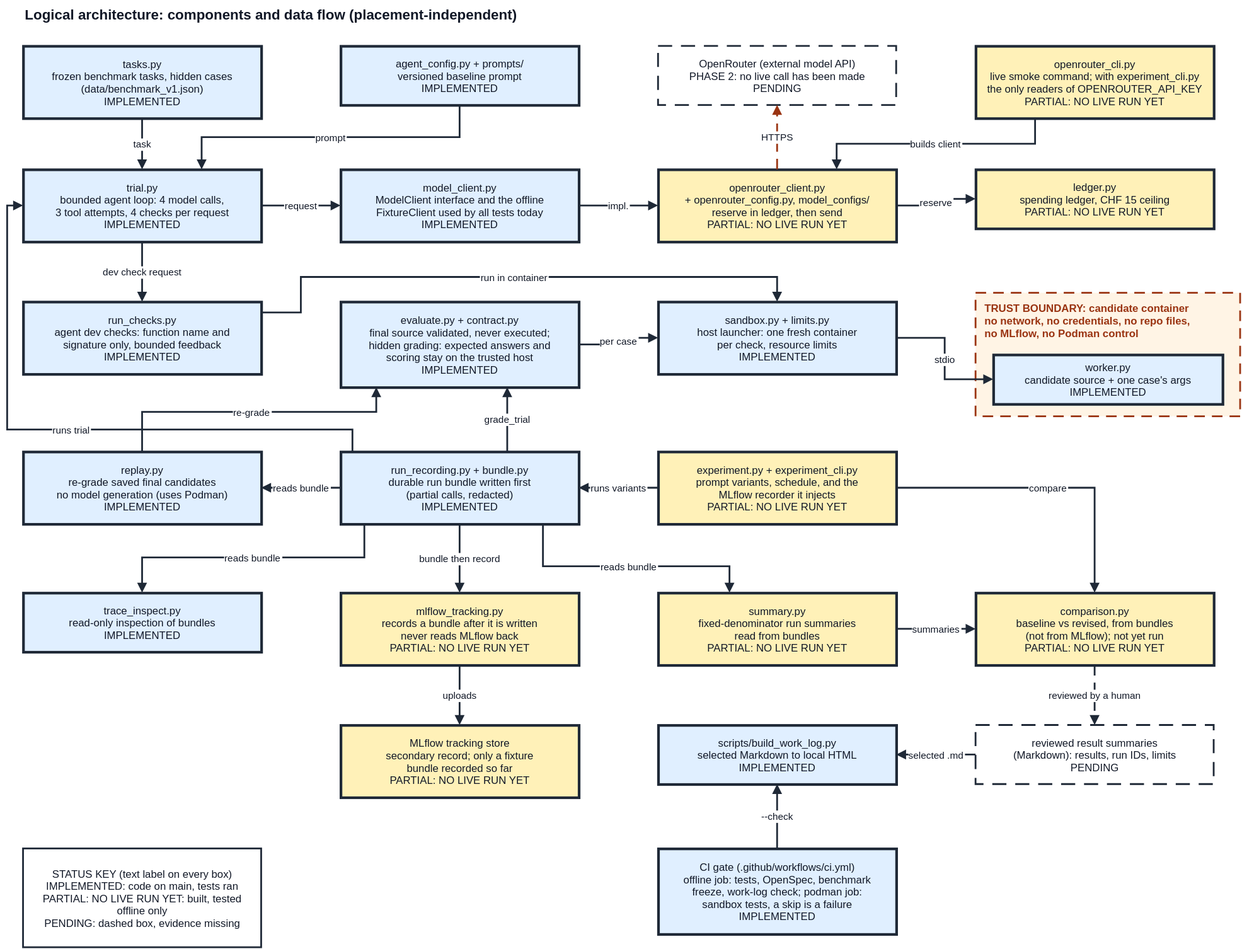
Earlier version of the draw.io export docs/architecture_logical.drawio.svg (jolbax-training/cas_aml_mlops_project). Source tidied: cells renumbered, new cells last; positions are measured from the earlier drawing's top-left corner, leaving out a move shared by most shapes.
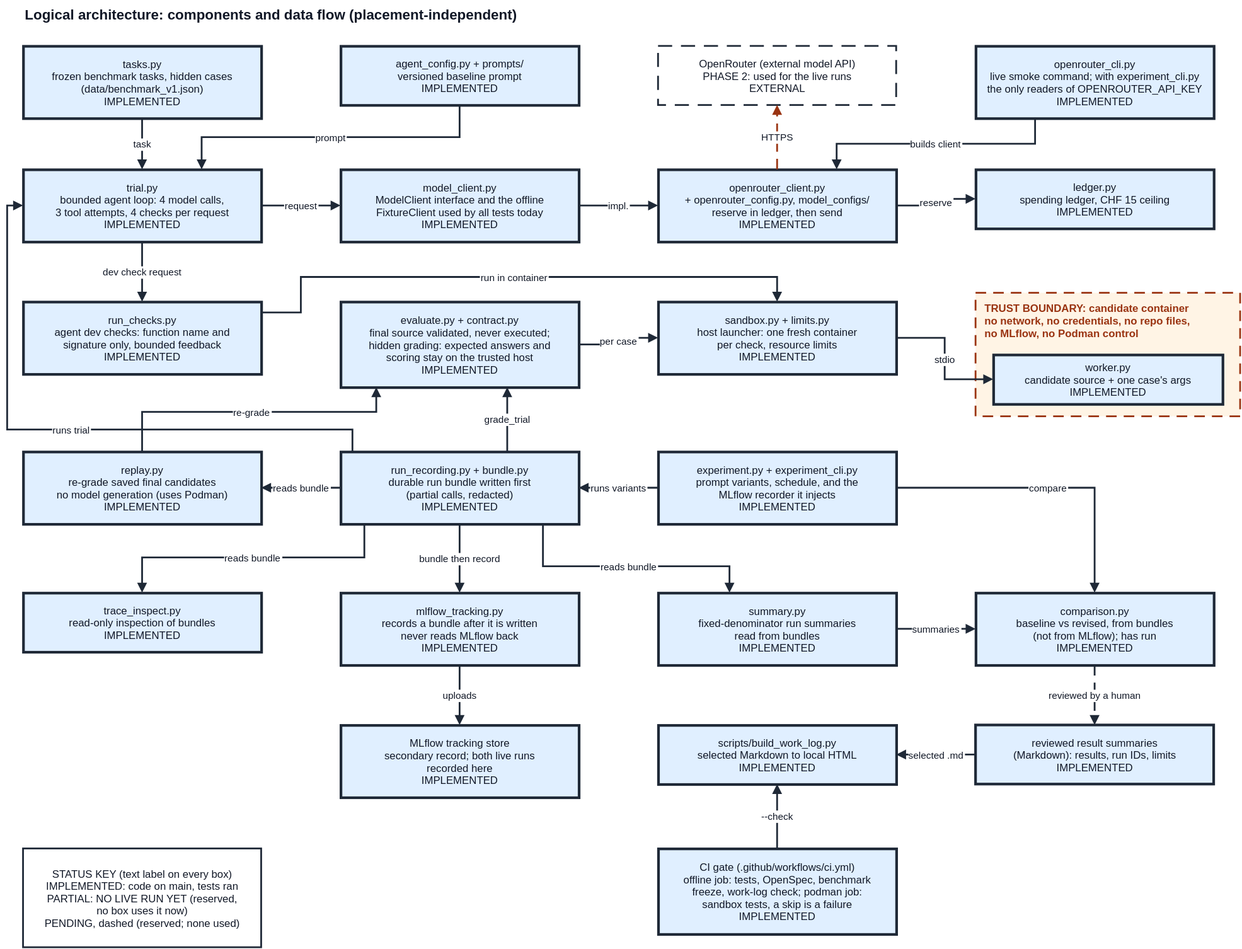
Later version of the same file.

The edit, as a diff of the source:
```diff
@@ -11,10 +11,10 @@
     <mxCell id="4" value="agent_config.py + prompts/&#10;versioned baseline prompt&#10;IMPLEMENTED" style="rounded=0;html=0;fillColor=#E0EFFF;strokeColor=#1F2937;strokeWidth=3;fontSize=12;fontColor=#111827;fontFamily=Helvetica;" parent="1" vertex="1">
       <mxGeometry x="378" y="52" width="270" height="67" as="geometry" />
     </mxCell>
-    <mxCell id="5" value="OpenRouter (external model API)&#10;PHASE 2: no live call has been made&#10;PENDING" style="rounded=0;html=0;fillColor=#FFFFFF;strokeColor=#1F2937;strokeWidth=2;dashed=1;dashPattern=8 5;fontSize=12;fontColor=#111827;fontFamily=Helvetica;" parent="1" vertex="1">
+    <mxCell id="5" value="OpenRouter (external model API)&#10;PHASE 2: used for the live runs&#10;EXTERNAL" style="rounded=0;html=0;fillColor=#FFFFFF;strokeColor=#1F2937;strokeWidth=2;dashed=1;dashPattern=8 5;fontSize=12;fontColor=#111827;fontFamily=Helvetica;" parent="1" vertex="1">
       <mxGeometry x="738" y="52" width="270" height="67" as="geometry" />
     </mxCell>
-    <mxCell id="6" value="openrouter_cli.py&#10;live smoke command; with experiment_cli.py&#10;the only readers of OPENROUTER_API_KEY&#10;PARTIAL: NO LIVE RUN YET" style="rounded=0;html=0;fillColor=#FFF1B8;strokeColor=#1F2937;strokeWidth=3;fontSize=12;fontColor=#111827;fontFamily=Helvetica;" parent="1" vertex="1">
+    <mxCell id="6" value="openrouter_cli.py&#10;live smoke command; with experiment_cli.py&#10;the only readers of OPENROUTER_API_KEY&#10;IMPLEMENTED" style="rounded=0;html=0;fillColor=#E0EFFF;strokeColor=#1F2937;strokeWidth=3;fontSize=12;fontColor=#111827;fontFamily=Helvetica;" parent="1" vertex="1">
       <mxGeometry x="1098" y="52" width="270" height="82" as="geometry" />
     </mxCell>
     <mxCell id="7" value="trial.py&#10;bounded agent loop: 4 model calls,&#10;3 tool attempts, 4 checks per request&#10;IMPLEMENTED" style="rounded=0;html=0;fillColor=#E0EFFF;strokeColor=#1F2937;strokeWidth=3;fontSize=12;fontColor=#111827;fontFamily=Helvetica;" parent="1" vertex="1">
@@ -23,10 +23,10 @@
     <mxCell id="8" value="model_client.py&#10;ModelClient interface and the offline&#10;FixtureClient used by all tests today&#10;IMPLEMENTED" style="rounded=0;html=0;fillColor=#E0EFFF;strokeColor=#1F2937;strokeWidth=3;fontSize=12;fontColor=#111827;fontFamily=Helvetica;" parent="1" vertex="1">
       <mxGeometry x="378" y="192" width="270" height="82" as="geometry" />
     </mxCell>
-    <mxCell id="9" value="openrouter_client.py&#10;+ openrouter_config.py, model_configs/&#10;reserve in ledger, then send&#10;PARTIAL: NO LIVE RUN YET" style="rounded=0;html=0;fillColor=#FFF1B8;strokeColor=#1F2937;strokeWidth=3;fontSize=12;fontColor=#111827;fontFamily=Helvetica;" parent="1" vertex="1">
+    <mxCell id="9" value="openrouter_client.py&#10;+ openrouter_config.py, model_configs/&#10;reserve in ledger, then send&#10;IMPLEMENTED" style="rounded=0;html=0;fillColor=#E0EFFF;strokeColor=#1F2937;strokeWidth=3;fontSize=12;fontColor=#111827;fontFamily=Helvetica;" parent="1" vertex="1">
       <mxGeometry x="738" y="192" width="270" height="82" as="geometry" />
     </mxCell>
-    <mxCell id="10" value="ledger.py&#10;spending ledger, CHF 15 ceiling&#10;PARTIAL: NO LIVE RUN YET" style="rounded=0;html=0;fillColor=#FFF1B8;strokeColor=#1F2937;strokeWidth=3;fontSize=12;fontColor=#111827;fontFamily=Helvetica;" parent="1" vertex="1">
+    <mxCell id="10" value="ledger.py&#10;spending ledger, CHF 15 ceiling&#10;IMPLEMENTED" style="rounded=0;html=0;fillColor=#E0EFFF;strokeColor=#1F2937;strokeWidth=3;fontSize=12;fontColor=#111827;fontFamily=Helvetica;" parent="1" vertex="1">
       <mxGeometry x="1098" y="192" width="270" height="67" as="geometry" />
     </mxCell>
     <mxCell id="11" value="run_checks.py&#10;agent dev checks: function name and&#10;signature only, bounded feedback&#10;IMPLEMENTED" style="rounded=0;html=0;fillColor=#E0EFFF;strokeColor=#1F2937;strokeWidth=3;fontSize=12;fontColor=#111827;fontFamily=Helvetica;" parent="1" vertex="1">
@@ -50,31 +50,31 @@
     <mxCell id="17" value="run_recording.py + bundle.py&#10;durable run bundle written first&#10;(partial calls, redacted)&#10;IMPLEMENTED" style="rounded=0;html=0;fillColor=#E0EFFF;strokeColor=#1F2937;strokeWidth=3;fontSize=12;fontColor=#111827;fontFamily=Helvetica;" parent="1" vertex="1">
       <mxGeometry x="378" y="512" width="270" height="82" as="geometry" />
     </mxCell>
-    <mxCell id="18" value="experiment.py + experiment_cli.py&#10;prompt variants, schedule, and the&#10;MLflow recorder it injects&#10;PARTIAL: NO LIVE RUN YET" style="rounded=0;html=0;fillColor=#FFF1B8;strokeColor=#1F2937;strokeWidth=3;fontSize=12;fontColor=#111827;fontFamily=Helvetica;" parent="1" vertex="1">
+    <mxCell id="18" value="experiment.py + experiment_cli.py&#10;prompt variants, schedule, and the&#10;MLflow recorder it injects&#10;IMPLEMENTED" style="rounded=0;html=0;fillColor=#E0EFFF;strokeColor=#1F2937;strokeWidth=3;fontSize=12;fontColor=#111827;fontFamily=Helvetica;" parent="1" vertex="1">
       <mxGeometry x="738" y="512" width="270" height="82" as="geometry" />
     </mxCell>
     <mxCell id="19" value="trace_inspect.py&#10;read-only inspection of bundles&#10;IMPLEMENTED" style="rounded=0;html=0;fillColor=#E0EFFF;strokeColor=#1F2937;strokeWidth=3;fontSize=12;fontColor=#111827;fontFamily=Helvetica;" parent="1" vertex="1">
       <mxGeometry x="18" y="672" width="270" height="67" as="geometry" />
     </mxCell>
-    <mxCell id="20" value="mlflow_tracking.py&#10;records a bundle after it is written&#10;never reads MLflow back&#10;PARTIAL: NO LIVE RUN YET" style="rounded=0;html=0;fillColor=#FFF1B8;strokeColor=#1F2937;strokeWidth=3;fontSize=12;fontColor=#111827;fontFamily=Helvetica;" parent="1" vertex="1">
+    <mxCell id="20" value="mlflow_tracking.py&#10;records a bundle after it is written&#10;never reads MLflow back&#10;IMPLEMENTED" style="rounded=0;html=0;fillColor=#E0EFFF;strokeColor=#1F2937;strokeWidth=3;fontSize=12;fontColor=#111827;fontFamily=Helvetica;" parent="1" vertex="1">
       <mxGeometry x="378" y="672" width="270" height="82" as="geometry" />
     </mxCell>
-    <mxCell id="21" value="summary.py&#10;fixed-denominator run summaries&#10;read from bundles&#10;PARTIAL: NO LIVE RUN YET" style="rounded=0;html=0;fillColor=#FFF1B8;strokeColor=#1F2937;strokeWidth=3;fontSize=12;fontColor=#111827;fontFamily=Helvetica;" parent="1" vertex="1">
+    <mxCell id="21" value="summary.py&#10;fixed-denominator run summaries&#10;read from bundles&#10;IMPLEMENTED" style="rounded=0;html=0;fillColor=#E0EFFF;strokeColor=#1F2937;strokeWidth=3;fontSize=12;fontColor=#111827;fontFamily=Helvetica;" parent="1" vertex="1">
       <mxGeometry x="738" y="672" width="270" height="82" as="geometry" />
     </mxCell>
-    <mxCell id="22" value="comparison.py&#10;baseline vs revised, from bundles&#10;(not from MLflow); not yet run&#10;PARTIAL: NO LIVE RUN YET" style="rounded=0;html=0;fillColor=#FFF1B8;strokeColor=#1F2937;strokeWidth=3;fontSize=12;fontColor=#111827;fontFamily=Helvetica;" parent="1" vertex="1">
+    <mxCell id="22" value="comparison.py&#10;baseline vs revised, from bundles&#10;(not from MLflow); has run&#10;IMPLEMENTED" style="rounded=0;html=0;fillColor=#E0EFFF;strokeColor=#1F2937;strokeWidth=3;fontSize=12;fontColor=#111827;fontFamily=Helvetica;" parent="1" vertex="1">
       <mxGeometry x="1098" y="672" width="270" height="82" as="geometry" />
     </mxCell>
-    <mxCell id="23" value="MLflow tracking store&#10;secondary record; only a fixture&#10;bundle recorded so far&#10;PARTIAL: NO LIVE RUN YET" style="rounded=0;html=0;fillColor=#FFF1B8;strokeColor=#1F2937;strokeWidth=3;fontSize=12;fontColor=#111827;fontFamily=Helvetica;" parent="1" vertex="1">
+    <mxCell id="23" value="MLflow tracking store&#10;secondary record; both live runs&#10;recorded here&#10;IMPLEMENTED" style="rounded=0;html=0;fillColor=#E0EFFF;strokeColor=#1F2937;strokeWidth=3;fontSize=12;fontColor=#111827;fontFamily=Helvetica;" parent="1" vertex="1">
       <mxGeometry x="378" y="822" width="270" height="82" as="geometry" />
     </mxCell>
     <mxCell id="24" value="scripts/build_work_log.py&#10;selected Markdown to local HTML&#10;IMPLEMENTED" style="rounded=0;html=0;fillColor=#E0EFFF;strokeColor=#1F2937;strokeWidth=3;fontSize=12;fontColor=#111827;fontFamily=Helvetica;" parent="1" vertex="1">
       <mxGeometry x="738" y="822" width="270" height="67" as="geometry" />
     </mxCell>
-    <mxCell id="25" value="reviewed result summaries&#10;(Markdown): results, run IDs, limits&#10;PENDING" style="rounded=0;html=0;fillColor=#FFFFFF;strokeColor=#1F2937;strokeWidth=2;dashed=1;dashPattern=8 5;fontSize=12;fontColor=#111827;fontFamily=Helvetica;" parent="1" vertex="1">
+    <mxCell id="25" value="reviewed result summaries&#10;(Markdown): results, run IDs, limits&#10;IMPLEMENTED" style="rounded=0;html=0;fillColor=#E0EFFF;strokeColor=#1F2937;strokeWidth=3;fontSize=12;fontColor=#111827;fontFamily=Helvetica;" parent="1" vertex="1">
       <mxGeometry x="1098" y="822" width="270" height="67" as="geometry" />
     </mxCell>
-    <mxCell id="26" value="STATUS KEY (text label on every box)&#10;IMPLEMENTED: code on main, tests ran&#10;PARTIAL: NO LIVE RUN YET: built, tested&#10;offline only&#10;PENDING: dashed box, evidence missing" style="rounded=0;html=0;fillColor=#FFFFFF;strokeColor=#1F2937;strokeWidth=2;fontSize=12;fontColor=#111827;fontFamily=Helvetica;" parent="1" vertex="1">
+    <mxCell id="26" value="STATUS KEY (text label on every box)&#10;IMPLEMENTED: code on main, tests ran&#10;PARTIAL: NO LIVE RUN YET (reserved,&#10;no box uses it now)&#10;PENDING, dashed (reserved; none used)" style="rounded=0;html=0;fillColor=#FFFFFF;strokeColor=#1F2937;strokeWidth=2;fontSize=12;fontColor=#111827;fontFamily=Helvetica;" parent="1" vertex="1">
       <mxGeometry x="18" y="962" width="270" height="112" as="geometry" />
     </mxCell>
     <mxCell id="27" value="CI gate (.github/workflows/ci.yml)&#10;offline job: tests, OpenSpec, benchmark&#10;freeze, work-log check; podman job:&#10;sandbox tests, a skip is a failure&#10;IMPLEMENTED" style="rounded=0;html=0;fillColor=#E0EFFF;strokeColor=#1F2937;strokeWidth=3;fontSize=12;fontColor=#111827;fontFamily=Helvetica;" parent="1" vertex="1">
```
